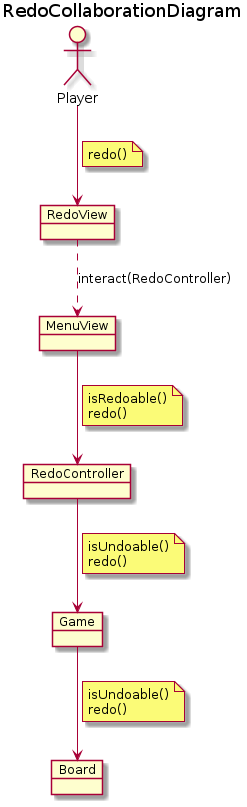
The PlantUML diagram docs/output/analysis/use-cases/RedoCollaborationDiagram.png in Master-Desarrollo-20-21/patrones-diseno---practica-final---juego-de-las-damas-fraylopez, before a commit.
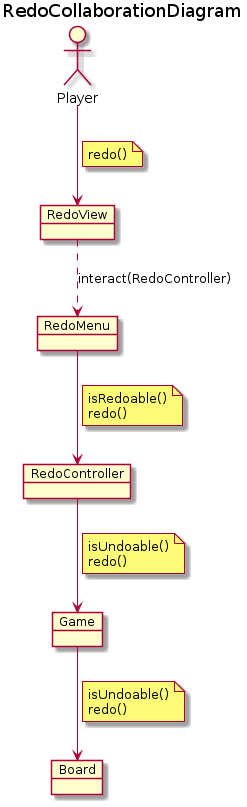
After the commit.

What changed in the source:
```diff
@@ -4,7 +4,7 @@
 allow_mixing
 
 actor Player
-object MenuView
+object RedoMenu
 object RedoView
 object RedoController
 object Game
@@ -14,9 +14,9 @@
 note on link
     redo()
 end note
-RedoView ..> MenuView : interact(RedoController)
+RedoView ..> RedoMenu : interact(RedoController)
 
-MenuView --> RedoController
+RedoMenu --> RedoController
 note on link
     isRedoable()
     redo()
```
